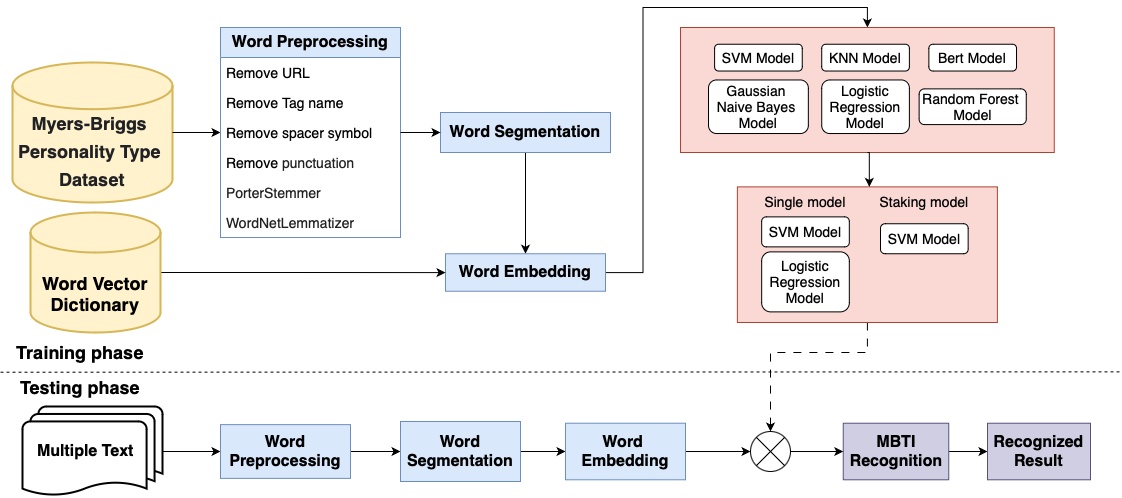
Above: 畢業專題系統架構圖.png in TsaiMandy9112/Artificial-Intelligence (draw.io), before the change. Source tidied: cells renumbered, new cells last; positions are measured from the earlier drawing's top-left corner, leaving out a move shared by most shapes.
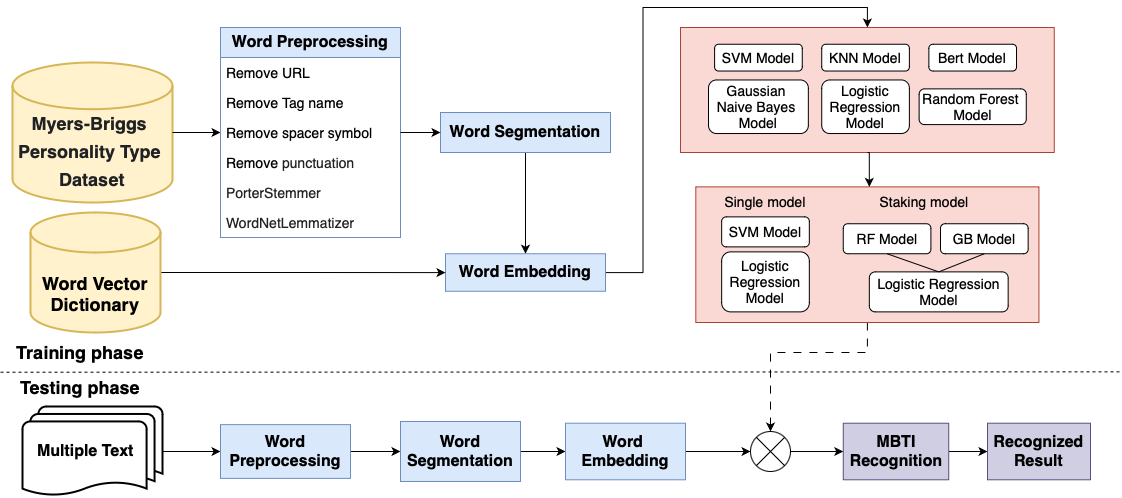
Later version of the same file.

Commit message:
已添加 畢業專題系統架構圖.png

Diff of the diagram source:
```diff
@@ -135,22 +135,22 @@
       </mxGeometry>
     </mxCell>
     <mxCell id="42" style="rounded=0;whiteSpace=wrap;html=1;fillColor=#fad9d5;strokeColor=#ae4132;" parent="1" vertex="1">
-      <mxGeometry x="736.9" y="159.4" width="260" height="135.6" as="geometry" />
+      <mxGeometry x="695.3" y="159.4" width="343.1" height="135.6" as="geometry" />
     </mxCell>
     <mxCell id="43" value="&lt;font style=&quot;font-size: 14px;&quot;&gt;SVM Model&lt;/font&gt;" style="rounded=1;whiteSpace=wrap;html=1;" parent="1" vertex="1">
-      <mxGeometry x="761.2" y="189.4" width="87.7" height="30" as="geometry" />
+      <mxGeometry x="721.2" y="189.4" width="87.7" height="30" as="geometry" />
     </mxCell>
     <mxCell id="44" value="&lt;font style=&quot;font-size: 14px;&quot;&gt;Logistic Regression Model&lt;/font&gt;" style="rounded=1;whiteSpace=wrap;html=1;" parent="1" vertex="1">
-      <mxGeometry x="761.2" y="224.4" width="87.7" height="60" as="geometry" />
+      <mxGeometry x="721.2" y="224.4" width="87.7" height="60" as="geometry" />
     </mxCell>
-    <mxCell id="45" value="&lt;font style=&quot;font-size: 14px;&quot;&gt;SVM Model&lt;/font&gt;" style="rounded=1;whiteSpace=wrap;html=1;" parent="1" vertex="1">
-      <mxGeometry x="880" y="196.2" width="87.7" height="30" as="geometry" />
+    <mxCell id="45" value="&lt;font style=&quot;font-size: 14px;&quot;&gt;RF Model&lt;/font&gt;" style="rounded=1;whiteSpace=wrap;html=1;" parent="1" vertex="1">
+      <mxGeometry x="842.7" y="196.2" width="87.7" height="30" as="geometry" />
     </mxCell>
     <mxCell id="46" value="&lt;font style=&quot;font-size: 14px;&quot;&gt;Staking model&lt;/font&gt;" style="text;html=1;align=center;verticalAlign=middle;whiteSpace=wrap;rounded=0;" parent="1" vertex="1">
       <mxGeometry x="868.8" y="159.4" width="110" height="30" as="geometry" />
     </mxCell>
     <mxCell id="47" value="&lt;font style=&quot;font-size: 14px;&quot;&gt;Single model&lt;/font&gt;" style="text;html=1;align=center;verticalAlign=middle;whiteSpace=wrap;rounded=0;" parent="1" vertex="1">
-      <mxGeometry x="750" y="159.4" width="110" height="30" as="geometry" />
+      <mxGeometry x="710" y="159.4" width="110" height="30" as="geometry" />
     </mxCell>
     <mxCell id="48" style="edgeStyle=orthogonalEdgeStyle;rounded=0;jettySize=auto;html=1;exitX=0.5;exitY=1;exitDx=0;exitDy=0;entryX=0;entryY=0;entryDx=0;entryDy=0;" parent="1" edge="1" source="34" target="46">
       <mxGeometry relative="1" as="geometry" />
@@ -161,5 +161,17 @@
     <mxCell id="50" style="shape=sumEllipse;perimeter=ellipsePerimeter;whiteSpace=wrap;html=1;backgroundOutline=1;" parent="1" vertex="1">
       <mxGeometry x="750" y="404" width="40" height="40" as="geometry" />
     </mxCell>
+    <mxCell id="51" value="&lt;font style=&quot;font-size: 14px;&quot;&gt;GB Model&lt;/font&gt;" style="rounded=1;whiteSpace=wrap;html=1;" parent="1" vertex="1">
+      <mxGeometry x="940" y="196.2" width="87.7" height="30" as="geometry" />
+    </mxCell>
+    <mxCell id="52" value="&lt;font style=&quot;font-size: 14px;&quot;&gt;Logistic Regression Model&lt;/font&gt;" style="rounded=1;whiteSpace=wrap;html=1;" parent="1" vertex="1">
+      <mxGeometry x="868.8" y="244.4" width="138.8" height="40" as="geometry" />
+    </mxCell>
+    <mxCell id="53" style="endArrow=none;html=1;rounded=0;entryX=0.5;entryY=1;entryDx=0;entryDy=0;exitX=0.5;exitY=0;exitDx=0;exitDy=0;" parent="1" edge="1" source="52" target="51">
+      <mxGeometry relative="1" as="geometry" />
+    </mxCell>
+    <mxCell id="54" style="endArrow=none;html=1;rounded=0;entryX=0.5;entryY=1;entryDx=0;entryDy=0;exitX=0.5;exitY=0;exitDx=0;exitDy=0;" parent="1" edge="1" source="52" target="45">
+      <mxGeometry relative="1" as="geometry" />
+    </mxCell>
   </root>
 </mxGraphModel>
```
